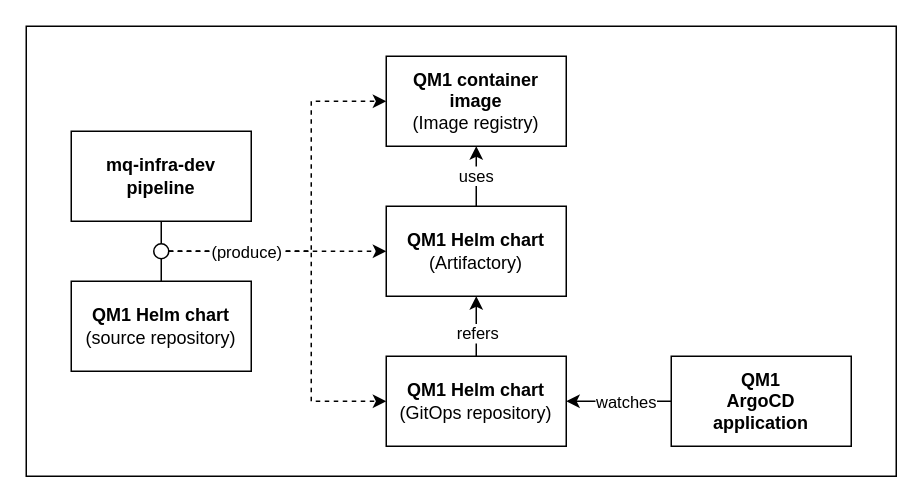
Before: guides/cp4i/mq/qmgr-pipeline/images/helm01.drawio in IBM/production-gitops, a draw.io diagram. Source tidied: cells renumbered, new cells numbered last; positions are measured from the earlier drawing's top-left corner, leaving out a move shared by most shapes. Both pictures are drawn from the tidied source at 150%, with x=0, y=0 at pixel (26, 26).
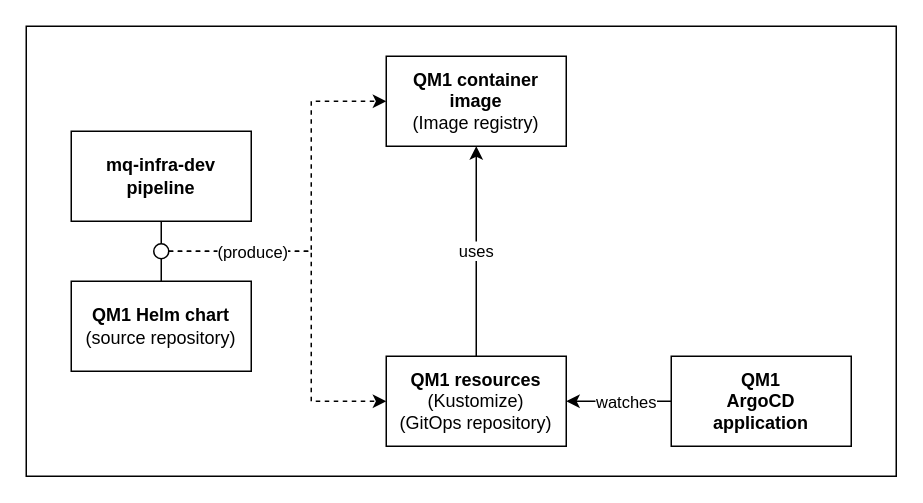
Above is the later version.

Unchanged cells that the change refers to:
```xml
<mxCell id="3" value="&lt;b&gt;QM1 container &lt;/b&gt;&lt;br&gt;&lt;b&gt;image&lt;/b&gt;&lt;br&gt;(Image registry)" style="rounded=0;whiteSpace=wrap;html=1;" parent="1" vertex="1">
  <mxGeometry x="240" y="20" width="120" height="60" as="geometry" />
</mxCell>
<mxCell id="16" style="ellipse;whiteSpace=wrap;html=1;" parent="1" vertex="1">
  <mxGeometry x="85" y="145" width="10" height="10" as="geometry" />
</mxCell>
<mxCell id="18" style="edgeStyle=orthogonalEdgeStyle;rounded=0;jettySize=auto;html=1;exitX=1;exitY=0.5;exitDx=0;exitDy=0;entryX=0;entryY=0.5;entryDx=0;entryDy=0;endArrow=classic;endFill=1;dashed=1;" parent="1" edge="1" source="16" target="3">
  <mxGeometry relative="1" as="geometry">
    <Array as="points">
      <mxPoint x="190" y="150" />
      <mxPoint x="190" y="50" />
    </Array>
  </mxGeometry>
</mxCell>
```

The edit, as a diff of the source:
```diff
@@
-    <mxCell id="7" style="edgeStyle=orthogonalEdgeStyle;rounded=0;jettySize=auto;html=1;entryX=0.5;entryY=1;entryDx=0;entryDy=0;" parent="1" edge="1" source="9" target="11">
-      <mxGeometry relative="1" as="geometry" />
-    </mxCell>
-    <mxCell id="8" value="refers" style="edgeLabel;html=1;align=center;verticalAlign=middle;" parent="7" vertex="1">
-      <mxGeometry x="-0.18" relative="1" as="geometry" />
-    </mxCell>
-    <mxCell id="9" value="&lt;b&gt;QM1 Helm chart&lt;/b&gt;&lt;br&gt;(GitOps repository)" style="rounded=0;whiteSpace=wrap;html=1;" parent="1" vertex="1">
+    <mxCell id="9" value="&lt;b&gt;QM1 resources&lt;br&gt;&lt;/b&gt;(Kustomize)&lt;br&gt;(GitOps repository)" style="rounded=0;whiteSpace=wrap;html=1;" parent="1" vertex="1">
       <mxGeometry x="240" y="220" width="120" height="60" as="geometry" />
     </mxCell>
-    <mxCell id="10" value="uses" style="edgeStyle=orthogonalEdgeStyle;rounded=0;jettySize=auto;html=1;" parent="1" edge="1" source="11" target="3">
-      <mxGeometry relative="1" as="geometry">
-        <Array as="points">
-          <mxPoint x="300" y="100" />
-          <mxPoint x="300" y="100" />
-        </Array>
-      </mxGeometry>
+    <mxCell id="10" value="uses" style="edgeStyle=orthogonalEdgeStyle;rounded=0;jettySize=auto;html=1;exitX=0.5;exitY=0;exitDx=0;exitDy=0;" parent="1" edge="1" source="9" target="3">
+      <mxGeometry relative="1" as="geometry" />
     </mxCell>
-    <mxCell id="11" value="&lt;b&gt;QM1 Helm chart&lt;/b&gt;&lt;br&gt;(Artifactory)" style="rounded=0;whiteSpace=wrap;html=1;" parent="1" vertex="1">
-      <mxGeometry x="240" y="120" width="120" height="60" as="geometry" />
-    </mxCell>
@@
-    <mxCell id="15" style="edgeStyle=orthogonalEdgeStyle;rounded=0;jettySize=auto;html=1;exitX=1;exitY=0.5;exitDx=0;exitDy=0;entryX=0;entryY=0.5;entryDx=0;entryDy=0;endArrow=classic;endFill=1;dashed=1;" parent="1" edge="1" source="16" target="11">
-      <mxGeometry relative="1" as="geometry" />
-    </mxCell>
@@
-    <mxCell id="19" value="(produce)" style="edgeLabel;html=1;align=center;verticalAlign=middle;" parent="18" vertex="1">
-      <mxGeometry x="-0.47" y="-1" relative="1" as="geometry">
-        <mxPoint x="-14" y="-1" as="offset" />
-      </mxGeometry>
+    <mxCell id="19" value="(produce)" style="edgeLabel;html=1;align=center;verticalAlign=middle;" parent="1" vertex="1">
+      <mxGeometry x="150" y="150" as="geometry" />
     </mxCell>
```
